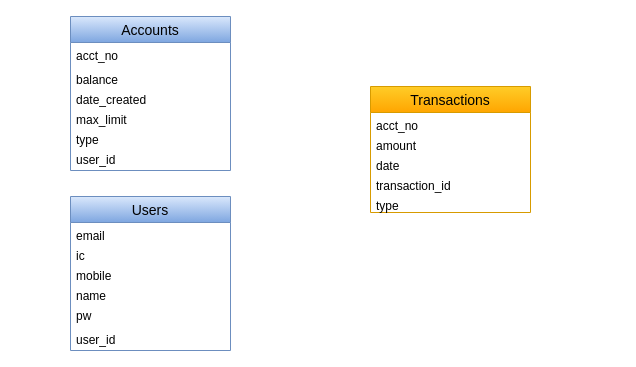
Before: Untitled Diagram.drawio in yihching8/DevToolkit2SQL, a draw.io diagram. Source tidied: cells renumbered, new cells numbered last; positions are measured from the earlier drawing's top-left corner, leaving out a move shared by most shapes. Both pictures are drawn from the tidied source at 100%, with x=0, y=0 at pixel (70, 16).
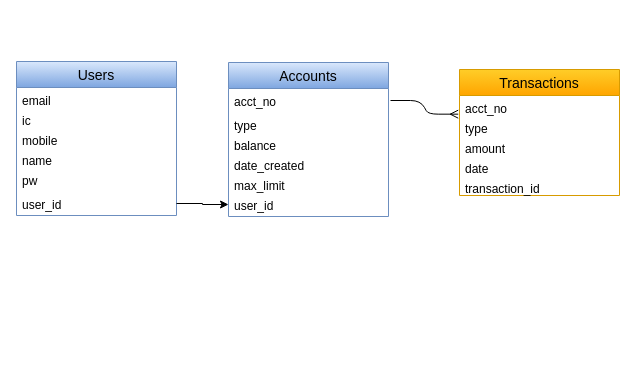
The same page after the edit.

Unchanged cells that the change refers to:
```xml
<mxCell id="8" value="user_id" style="text;strokeColor=none;fillColor=none;spacingLeft=4;spacingRight=4;overflow=hidden;points=[[0,0.5],[1,0.5]];portConstraint=eastwest;fontSize=12;" parent="2" vertex="1">
  <mxGeometry y="130" width="160" height="24" as="geometry" />
</mxCell>
<mxCell id="15" value="user_id" style="text;strokeColor=none;fillColor=none;spacingLeft=4;spacingRight=4;overflow=hidden;points=[[0,0.5],[1,0.5]];portConstraint=eastwest;fontSize=12;" parent="9" vertex="1">
  <mxGeometry y="130" width="160" height="24" as="geometry" />
</mxCell>
```

What changed in the source:
```diff
@@
     <mxCell id="2" value="Accounts" style="swimlane;fontStyle=0;horizontal=1;startSize=26;align=center;fontSize=14;fillColor=#dae8fc;strokeColor=#6c8ebf;gradientColor=#7ea6e0;" parent="1" vertex="1">
-      <mxGeometry width="160" height="154" as="geometry" />
+      <mxGeometry x="158" y="46" width="160" height="154" as="geometry" />
     </mxCell>
@@
+    <mxCell id="7" value="type" style="text;strokeColor=none;fillColor=none;spacingLeft=4;spacingRight=4;overflow=hidden;fontSize=12;" parent="2" vertex="1">
+      <mxGeometry y="50" width="160" height="20" as="geometry" />
+    </mxCell>
     <mxCell id="4" value="balance" style="text;strokeColor=none;fillColor=none;spacingLeft=4;spacingRight=4;overflow=hidden;fontSize=12;" parent="2" vertex="1">
-      <mxGeometry y="50" width="160" height="20" as="geometry" />
+      <mxGeometry y="70" width="160" height="20" as="geometry" />
     </mxCell>
     <mxCell id="5" value="date_created" style="text;strokeColor=none;fillColor=none;spacingLeft=4;spacingRight=4;overflow=hidden;fontSize=12;" parent="2" vertex="1">
-      <mxGeometry y="70" width="160" height="20" as="geometry" />
+      <mxGeometry y="90" width="160" height="20" as="geometry" />
     </mxCell>
     <mxCell id="6" value="max_limit" style="text;strokeColor=none;fillColor=none;spacingLeft=4;spacingRight=4;overflow=hidden;fontSize=12;" parent="2" vertex="1">
-      <mxGeometry y="90" width="160" height="20" as="geometry" />
+      <mxGeometry y="110" width="160" height="20" as="geometry" />
     </mxCell>
-    <mxCell id="7" value="type" style="text;strokeColor=none;fillColor=none;spacingLeft=4;spacingRight=4;overflow=hidden;fontSize=12;" parent="2" vertex="1">
-      <mxGeometry y="110" width="160" height="20" as="geometry" />
-    </mxCell>
@@
     <mxCell id="9" value="Users" style="swimlane;fontStyle=0;horizontal=1;startSize=26;align=center;fontSize=14;fillColor=#dae8fc;strokeColor=#6c8ebf;gradientColor=#7ea6e0;" parent="1" vertex="1">
-      <mxGeometry y="180" width="160" height="154" as="geometry" />
+      <mxGeometry x="-54" y="45" width="160" height="154" as="geometry" />
     </mxCell>
@@
     <mxCell id="16" value="Transactions" style="swimlane;fontStyle=0;horizontal=1;startSize=26;align=center;fontSize=14;fillColor=#ffcd28;strokeColor=#d79b00;gradientColor=#ffa500;" parent="1" vertex="1">
-      <mxGeometry x="300" y="70" width="160" height="126" as="geometry" />
+      <mxGeometry x="389" y="53" width="160" height="126" as="geometry" />
     </mxCell>
@@
+    <mxCell id="21" value="type" style="text;strokeColor=none;fillColor=none;spacingLeft=4;spacingRight=4;overflow=hidden;points=[[0,0.5],[1,0.5]];portConstraint=eastwest;fontSize=12;" parent="16" vertex="1">
+      <mxGeometry y="46" width="160" height="20" as="geometry" />
+    </mxCell>
     <mxCell id="18" value="amount" style="text;strokeColor=none;fillColor=none;spacingLeft=4;spacingRight=4;overflow=hidden;fontSize=12;" parent="16" vertex="1">
-      <mxGeometry y="46" width="160" height="20" as="geometry" />
+      <mxGeometry y="66" width="160" height="20" as="geometry" />
     </mxCell>
     <mxCell id="19" value="date" style="text;strokeColor=none;fillColor=none;spacingLeft=4;spacingRight=4;overflow=hidden;fontSize=12;" parent="16" vertex="1">
-      <mxGeometry y="66" width="160" height="20" as="geometry" />
+      <mxGeometry y="86" width="160" height="20" as="geometry" />
     </mxCell>
     <mxCell id="20" value="transaction_id" style="text;strokeColor=none;fillColor=none;spacingLeft=4;spacingRight=4;overflow=hidden;fontSize=12;" parent="16" vertex="1">
-      <mxGeometry y="86" width="160" height="20" as="geometry" />
+      <mxGeometry y="106" width="160" height="20" as="geometry" />
     </mxCell>
-    <mxCell id="21" value="type" style="text;strokeColor=none;fillColor=none;spacingLeft=4;spacingRight=4;overflow=hidden;points=[[0,0.5],[1,0.5]];portConstraint=eastwest;fontSize=12;" parent="16" vertex="1">
-      <mxGeometry y="106" width="160" height="20" as="geometry" />
-    </mxCell>
+    <mxCell id="22" style="edgeStyle=entityRelationEdgeStyle;fontSize=12;html=1;endArrow=ERmany;entryX=-0.008;entryY=-0.067;entryDx=0;entryDy=0;entryPerimeter=0;" parent="1" edge="1" target="21">
+      <mxGeometry relative="1" as="geometry">
+        <mxPoint x="320" y="84" as="sourcePoint" />
+      </mxGeometry>
+    </mxCell>
+    <mxCell id="23" style="edgeStyle=orthogonalEdgeStyle;rounded=0;jettySize=auto;html=1;" parent="1" edge="1" source="15" target="8">
+      <mxGeometry relative="1" as="geometry" />
+    </mxCell>
```
